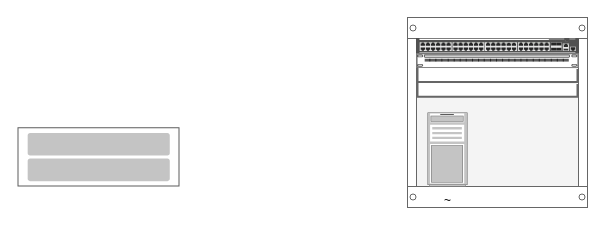
Above: Untitled Diagram.drawio in Slavik-Kek/Rack (draw.io), before the change. Source tidied: cells renumbered, new cells numbered last; positions are measured from the earlier drawing's top-left corner, leaving out a move shared by most shapes. Both pictures are drawn from the tidied source at 100%, with x=0, y=0 at pixel (17, 17).
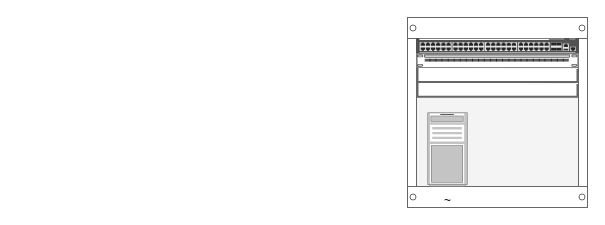
Above is the later version.

The edit, as a diff of the source:
```diff
@@
 <mxGraphModel>
   <root>
     <mxCell id="0" />
     <mxCell id="1" parent="0" />
     <mxCell id="2" style="strokeColor=#666666;html=1;verticalLabelPosition=bottom;labelBackgroundColor=#ffffff;verticalAlign=top;shadow=0;dashed=0;shape=mxgraph.rackGeneral.rackCabinet3;rackUnitSize=14.8;fillColor2=#f4f4f4;allowGaps=1;textColor=#666666;numDisp=off;" parent="1" vertex="1">
       <mxGeometry x="390" width="180" height="190" as="geometry" />
     </mxCell>
     <mxCell id="3" style="html=1;verticalLabelPosition=bottom;verticalAlign=top;shadow=0;dashed=0;shape=mxgraph.rack.hpe_aruba.switches.jl321a_aruba_2930m_48g_1_slot_switch;" parent="2" vertex="1">
       <mxGeometry x="9" y="21" width="162" height="14.8" as="geometry" />
     </mxCell>
     <mxCell id="4" style="strokeColor=#666666;html=1;labelPosition=right;align=left;spacingLeft=15;shadow=0;dashed=0;shape=mxgraph.rack.general.cat5e_rack_mount_patch_panel_24_ports;" parent="2" vertex="1">
       <mxGeometry x="9" y="35.8" width="162" height="14.8" as="geometry" />
     </mxCell>
     <mxCell id="5" style="strokeColor=#666666;html=1;labelPosition=right;align=left;spacingLeft=15;shadow=0;dashed=0;shape=mxgraph.rackGeneral.shelf;" parent="2" vertex="1">
       <mxGeometry x="9" y="50.6" width="162" height="14.8" as="geometry" />
     </mxCell>
     <mxCell id="6" style="strokeColor=#666666;html=1;labelPosition=right;align=left;spacingLeft=15;shadow=0;dashed=0;shape=mxgraph.rackGeneral.shelf;" parent="2" vertex="1">
       <mxGeometry x="9" y="65.4" width="162" height="14.8" as="geometry" />
     </mxCell>
-    <mxCell id="7" style="shape=mxgraph.rack.oracle.sunfire_x4500;html=1;labelPosition=right;align=left;spacingLeft=15;dashed=0;shadow=0;fillColor=#ffffff;" parent="1" vertex="1">
-      <mxGeometry y="109.8" width="162" height="59.2" as="geometry" />
-    </mxCell>
     <mxCell id="8" value="~" style="strokeColor=#666666;html=1;verticalLabelPosition=bottom;labelBackgroundColor=#ffffff;verticalAlign=top;shadow=0;dashed=0;shape=mxgraph.rack.general.server_1;" parent="1" vertex="1">
       <mxGeometry x="410" y="95" width="40" height="74" as="geometry" />
     </mxCell>
   </root>
 </mxGraphModel>
```
